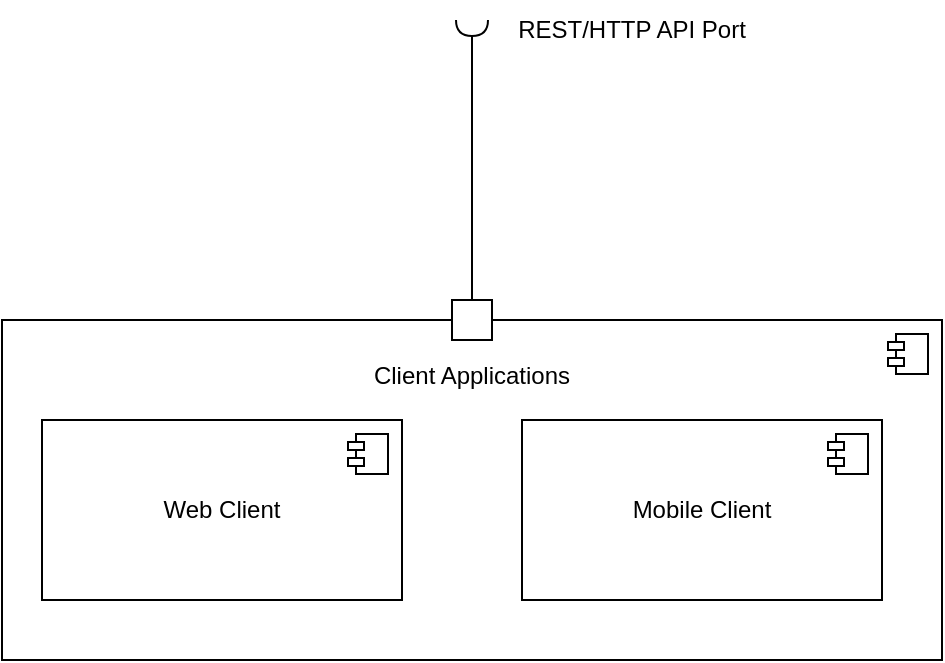
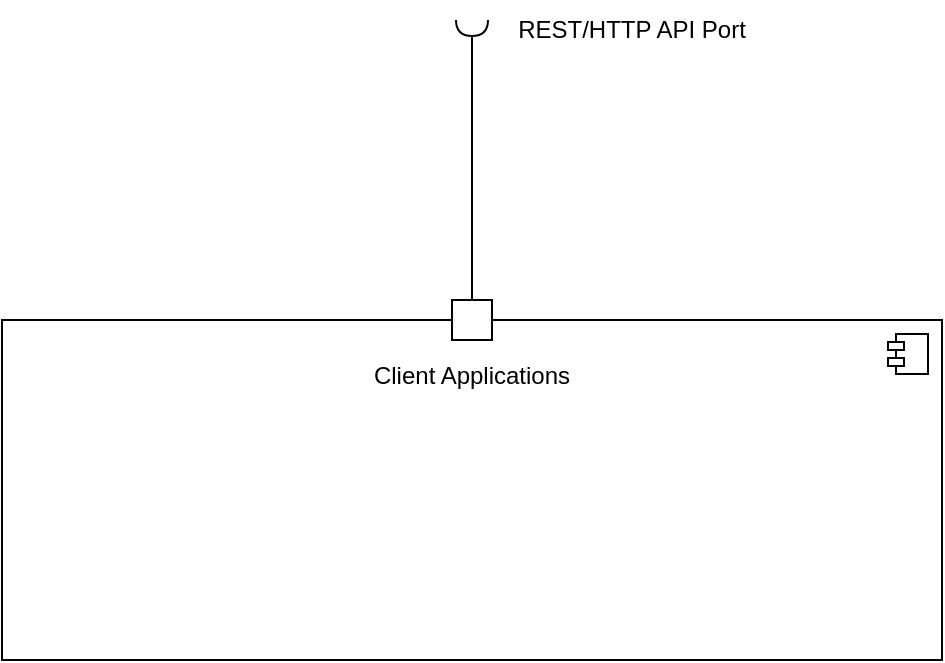
<mxfile host="app.diagrams.net">
  <diagram name="Page-1" id="F0QxqOnb7PiL8sqdAh83">
-     <mxGraphModel dx="994" dy="639" grid="1" gridSize="10" guides="1" tooltips="1" connect="1" arrows="1" fold="1" page="1" pageScale="1" pageWidth="850" pageHeight="1100" math="0" shadow="0">
+     <mxGraphModel dx="1406" dy="780" grid="1" gridSize="10" guides="1" tooltips="1" connect="1" arrows="1" fold="1" page="1" pageScale="1" pageWidth="850" pageHeight="1100" math="0" shadow="0">
      <root>
        <mxCell id="0" />
        <mxCell id="1" parent="0" />
        <mxCell id="UyaXTx_Y78mbNfcbwDsM-6" parent="1" style="html=1;dropTarget=0;whiteSpace=wrap;verticalAlign=top;" value="&lt;br&gt;&lt;div&gt;Client Applications&lt;/div&gt;" vertex="1">
          <mxGeometry height="170" width="470" x="190" y="340" as="geometry" />
        </mxCell>
        <mxCell id="UyaXTx_Y78mbNfcbwDsM-7" parent="UyaXTx_Y78mbNfcbwDsM-6" style="shape=module;jettyWidth=8;jettyHeight=4;" value="" vertex="1">
-           <mxGeometry height="20" relative="1" width="20" x="1" as="geometry">
-             <mxPoint x="-27" y="7" as="offset" />
-           </mxGeometry>
-         </mxCell>
-         <mxCell id="UyaXTx_Y78mbNfcbwDsM-2" parent="1" style="html=1;dropTarget=0;whiteSpace=wrap;" value="Web Client" vertex="1">
-           <mxGeometry height="90" width="180" x="210" y="390" as="geometry" />
-         </mxCell>
-         <mxCell id="UyaXTx_Y78mbNfcbwDsM-3" parent="UyaXTx_Y78mbNfcbwDsM-2" style="shape=module;jettyWidth=8;jettyHeight=4;" value="" vertex="1">
-           <mxGeometry height="20" relative="1" width="20" x="1" as="geometry">
-             <mxPoint x="-27" y="7" as="offset" />
-           </mxGeometry>
-         </mxCell>
-         <mxCell id="UyaXTx_Y78mbNfcbwDsM-4" parent="1" style="html=1;dropTarget=0;whiteSpace=wrap;" value="Mobile Client" vertex="1">
-           <mxGeometry height="90" width="180" x="450" y="390" as="geometry" />
-         </mxCell>
-         <mxCell id="UyaXTx_Y78mbNfcbwDsM-5" parent="UyaXTx_Y78mbNfcbwDsM-4" style="shape=module;jettyWidth=8;jettyHeight=4;" value="" vertex="1">
          <mxGeometry height="20" relative="1" width="20" x="1" as="geometry">
            <mxPoint x="-27" y="7" as="offset" />
          </mxGeometry>
        </mxCell>
        <mxCell id="UyaXTx_Y78mbNfcbwDsM-11" parent="1" style="ellipse;whiteSpace=wrap;html=1;align=center;aspect=fixed;fillColor=none;strokeColor=none;resizable=0;perimeter=centerPerimeter;rotatable=0;allowArrows=0;points=[];outlineConnect=1;" value="" vertex="1">
          <mxGeometry height="10" width="10" x="305" y="360" as="geometry" />
        </mxCell>
        <mxCell id="UyaXTx_Y78mbNfcbwDsM-12" parent="1" style="text;html=1;whiteSpace=wrap;strokeColor=none;fillColor=none;align=center;verticalAlign=middle;rounded=0;" value="REST/HTTP API Port" vertex="1">
          <mxGeometry height="30" width="150" x="430" y="180" as="geometry" />
        </mxCell>
        <mxCell id="UyaXTx_Y78mbNfcbwDsM-15" parent="1" style="whiteSpace=wrap;html=1;aspect=fixed;" value="" vertex="1">
          <mxGeometry height="20" width="20" x="415" y="330" as="geometry" />
        </mxCell>
        <mxCell id="UyaXTx_Y78mbNfcbwDsM-16" edge="1" parent="1" source="UyaXTx_Y78mbNfcbwDsM-15" style="rounded=0;orthogonalLoop=1;jettySize=auto;html=1;endArrow=halfCircle;endFill=0;endSize=6;strokeWidth=1;sketch=0;fontSize=12;curved=1;" value="">
          <mxGeometry relative="1" as="geometry">
            <mxPoint x="445" y="375" as="sourcePoint" />
            <mxPoint x="425" y="190" as="targetPoint" />
          </mxGeometry>
        </mxCell>
        <mxCell id="UyaXTx_Y78mbNfcbwDsM-17" parent="1" style="ellipse;whiteSpace=wrap;html=1;align=center;aspect=fixed;fillColor=none;strokeColor=none;resizable=0;perimeter=centerPerimeter;rotatable=0;allowArrows=0;points=[];outlineConnect=1;" value="" vertex="1">
          <mxGeometry height="10" width="10" x="420" y="370" as="geometry" />
        </mxCell>
      </root>
    </mxGraphModel>
  </diagram>
</mxfile>
